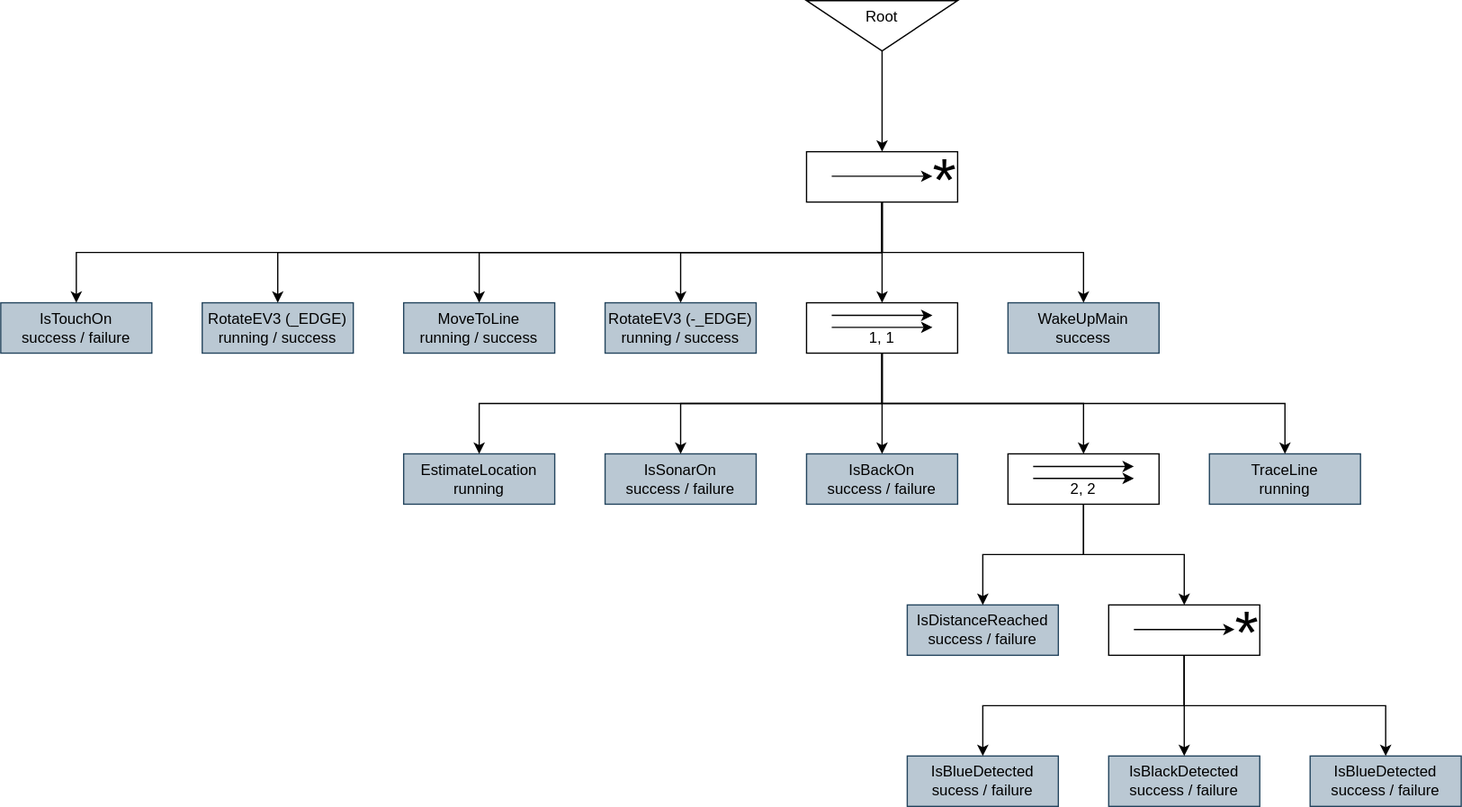
The draw.io diagram 2021base/behavior_tree.drawio.svg in ymnkmstk/roboyama, before a commit. Source tidied: cells renumbered, new cells last; positions are measured from the earlier drawing's top-left corner, leaving out a move shared by most shapes.
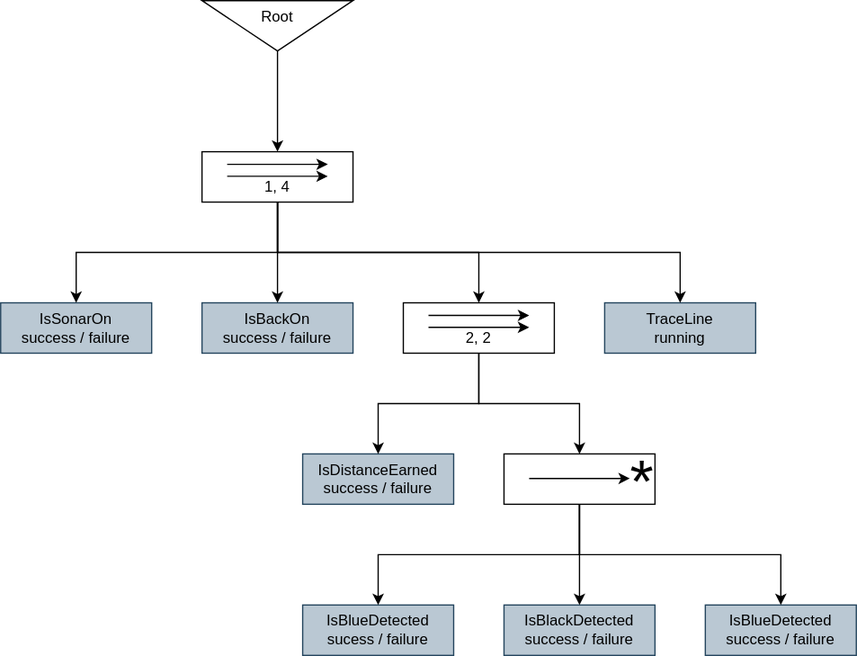
Later version of the same file.

The edit, as a diff of the source:
```diff
@@ -2,19 +2,13 @@
   <root>
     <mxCell id="0" />
     <mxCell id="1" parent="0" />
-    <mxCell id="2" style="edgeStyle=orthogonalEdgeStyle;rounded=0;jettySize=auto;html=1;exitX=1;exitY=0.5;exitDx=0;exitDy=0;entryX=0.5;entryY=0;entryDx=0;entryDy=0;" parent="1" edge="1" source="3" target="10">
-      <mxGeometry relative="1" as="geometry" />
-    </mxCell>
     <mxCell id="3" value="Root&lt;br&gt;&lt;br&gt;" style="triangle;whiteSpace=wrap;html=1;direction=south;" parent="1" vertex="1">
-      <mxGeometry x="640" width="120" height="40" as="geometry" />
+      <mxGeometry x="640" y="120" width="120" height="40" as="geometry" />
     </mxCell>
-    <mxCell id="4" value="IsTouchOn&lt;br&gt;success / failure" style="rounded=0;whiteSpace=wrap;html=1;fillColor=#bac8d3;strokeColor=#23445d;" parent="1" vertex="1">
-      <mxGeometry y="240" width="120" height="40" as="geometry" />
-    </mxCell>
     <mxCell id="5" style="group;" parent="1" vertex="1">
       <mxGeometry x="640" y="240" width="120" height="40" as="geometry" />
     </mxCell>
-    <mxCell id="6" value="&lt;br&gt;1, 1" style="rounded=0;whiteSpace=wrap;html=1;" parent="5" vertex="1">
+    <mxCell id="6" value="&lt;br&gt;1, 4" style="rounded=0;whiteSpace=wrap;html=1;" parent="5" vertex="1">
       <mxGeometry width="120" height="40" as="geometry" />
     </mxCell>
     <mxCell id="7" style="endArrow=classic;html=1;" parent="5" edge="1">
@@ -29,24 +23,6 @@
         <mxPoint x="100" y="19.5" as="targetPoint" />
       </mxGeometry>
     </mxCell>
-    <mxCell id="9" style="group;" parent="1" vertex="1">
-      <mxGeometry x="640" y="120" width="120" height="40" as="geometry" />
-    </mxCell>
-    <mxCell id="10" style="rounded=0;whiteSpace=wrap;html=1;" parent="9" vertex="1">
-      <mxGeometry width="120" height="40" as="geometry" />
-    </mxCell>
-    <mxCell id="11" style="endArrow=classic;html=1;" parent="9" edge="1">
-      <mxGeometry as="geometry">
-        <mxPoint x="20" y="19.5" as="sourcePoint" />
-        <mxPoint x="100" y="19.5" as="targetPoint" />
-      </mxGeometry>
-    </mxCell>
-    <mxCell id="12" value="&lt;font style=&quot;font-size: 48px&quot;&gt;*&lt;/font&gt;" style="text;html=1;strokeColor=none;fillColor=none;align=center;verticalAlign=middle;whiteSpace=wrap;rounded=0;" parent="9" vertex="1">
-      <mxGeometry x="100" y="12" width="20" height="20" as="geometry" />
-    </mxCell>
-    <mxCell id="13" value="WakeUpMain&lt;br&gt;success" style="rounded=0;whiteSpace=wrap;html=1;fillColor=#bac8d3;strokeColor=#23445d;" parent="1" vertex="1">
-      <mxGeometry x="800" y="240" width="120" height="40" as="geometry" />
-    </mxCell>
     <mxCell id="14" style="group;" parent="1" vertex="1">
       <mxGeometry x="880" y="480" width="120" height="40" as="geometry" />
     </mxCell>
@@ -62,9 +38,6 @@
     <mxCell id="17" value="&lt;font style=&quot;font-size: 48px&quot;&gt;*&lt;/font&gt;" style="text;html=1;strokeColor=none;fillColor=none;align=center;verticalAlign=middle;whiteSpace=wrap;rounded=0;" parent="14" vertex="1">
       <mxGeometry x="100" y="12" width="20" height="20" as="geometry" />
     </mxCell>
-    <mxCell id="18" value="EstimateLocation&lt;br&gt;running" style="rounded=0;whiteSpace=wrap;html=1;fillColor=#bac8d3;strokeColor=#23445d;" parent="1" vertex="1">
-      <mxGeometry x="320" y="360" width="120" height="40" as="geometry" />
-    </mxCell>
     <mxCell id="19" value="IsSonarOn&lt;br&gt;success / failure" style="rounded=0;whiteSpace=wrap;html=1;fillColor=#bac8d3;strokeColor=#23445d;" parent="1" vertex="1">
       <mxGeometry x="480" y="360" width="120" height="40" as="geometry" />
     </mxCell>
@@ -92,7 +65,7 @@
     <mxCell id="25" value="TraceLine&lt;br&gt;running" style="rounded=0;whiteSpace=wrap;html=1;fillColor=#bac8d3;strokeColor=#23445d;" parent="1" vertex="1">
       <mxGeometry x="960" y="360" width="120" height="40" as="geometry" />
     </mxCell>
-    <mxCell id="26" value="IsDistanceReached&lt;br&gt;success / failure" style="rounded=0;whiteSpace=wrap;html=1;fillColor=#bac8d3;strokeColor=#23445d;" parent="1" vertex="1">
+    <mxCell id="26" value="IsDistanceEarned&lt;br&gt;success / failure" style="rounded=0;whiteSpace=wrap;html=1;fillColor=#bac8d3;strokeColor=#23445d;" parent="1" vertex="1">
       <mxGeometry x="720" y="480" width="120" height="40" as="geometry" />
     </mxCell>
     <mxCell id="27" value="IsBlackDetected&lt;br&gt;success / failure" style="rounded=0;whiteSpace=wrap;html=1;fillColor=#bac8d3;strokeColor=#23445d;" parent="1" vertex="1">
@@ -104,23 +77,11 @@
     <mxCell id="29" value="IsBlueDetected&lt;br&gt;success / failure" style="rounded=0;whiteSpace=wrap;html=1;fillColor=#bac8d3;strokeColor=#23445d;" parent="1" vertex="1">
       <mxGeometry x="1040" y="600" width="120" height="40" as="geometry" />
     </mxCell>
-    <mxCell id="30" style="edgeStyle=orthogonalEdgeStyle;rounded=0;jettySize=auto;html=1;exitX=0.5;exitY=1;exitDx=0;exitDy=0;entryX=0.5;entryY=0;entryDx=0;entryDy=0;" parent="1" edge="1" source="10" target="4">
-      <mxGeometry relative="1" as="geometry">
-        <Array as="points">
-          <mxPoint x="700" y="200" />
-          <mxPoint x="60" y="200" />
-        </Array>
-      </mxGeometry>
-    </mxCell>
-    <mxCell id="31" style="edgeStyle=orthogonalEdgeStyle;rounded=0;jettySize=auto;html=1;exitX=0.5;exitY=1;exitDx=0;exitDy=0;" parent="1" edge="1" source="10" target="13">
-      <mxGeometry relative="1" as="geometry" />
-    </mxCell>
-    <mxCell id="32" style="edgeStyle=orthogonalEdgeStyle;rounded=0;jettySize=auto;html=1;exitX=0.5;exitY=1;exitDx=0;exitDy=0;entryX=0.5;entryY=0;entryDx=0;entryDy=0;" parent="1" edge="1" source="10" target="6">
-      <mxGeometry relative="1" as="geometry" />
+    <mxCell id="32" style="edgeStyle=orthogonalEdgeStyle;rounded=0;jettySize=auto;html=1;exitX=0.5;exitY=1;exitDx=0;exitDy=0;entryX=0.5;entryY=0;entryDx=0;entryDy=0;" parent="1" edge="1" target="6">
+      <mxGeometry relative="1" as="geometry">
+        <mxPoint x="700" y="160" as="sourcePoint" />
+      </mxGeometry>
     </mxCell>
-    <mxCell id="33" style="edgeStyle=orthogonalEdgeStyle;rounded=0;jettySize=auto;html=1;entryX=0.5;entryY=0;entryDx=0;entryDy=0;exitX=0.5;exitY=1;exitDx=0;exitDy=0;" parent="1" edge="1" source="6" target="18">
-      <mxGeometry relative="1" as="geometry" />
-    </mxCell>
     <mxCell id="34" style="edgeStyle=orthogonalEdgeStyle;rounded=0;jettySize=auto;html=1;exitX=0.5;exitY=1;exitDx=0;exitDy=0;" parent="1" edge="1" source="6" target="19">
       <mxGeometry relative="1" as="geometry" />
     </mxCell>
@@ -148,33 +109,5 @@
     <mxCell id="42" style="edgeStyle=orthogonalEdgeStyle;rounded=0;jettySize=auto;html=1;exitX=0.5;exitY=1;exitDx=0;exitDy=0;entryX=0.5;entryY=0;entryDx=0;entryDy=0;" parent="1" edge="1" source="15" target="27">
       <mxGeometry relative="1" as="geometry" />
     </mxCell>
-    <mxCell id="43" value="RotateEV3 (_EDGE)&lt;br&gt;running / success" style="rounded=0;whiteSpace=wrap;html=1;fillColor=#bac8d3;strokeColor=#23445d;" parent="1" vertex="1">
-      <mxGeometry x="160" y="240" width="120" height="40" as="geometry" />
-    </mxCell>
-    <mxCell id="44" value="RotateEV3 (-_EDGE)&lt;br&gt;running / success" style="rounded=0;whiteSpace=wrap;html=1;fillColor=#bac8d3;strokeColor=#23445d;" parent="1" vertex="1">
-      <mxGeometry x="480" y="240" width="120" height="40" as="geometry" />
-    </mxCell>
-    <mxCell id="45" value="MoveToLine&lt;br&gt;running / success" style="rounded=0;whiteSpace=wrap;html=1;fillColor=#bac8d3;strokeColor=#23445d;" parent="1" vertex="1">
-      <mxGeometry x="320" y="240" width="120" height="40" as="geometry" />
-    </mxCell>
-    <mxCell id="46" style="edgeStyle=orthogonalEdgeStyle;rounded=0;jettySize=auto;html=1;exitX=0.5;exitY=1;exitDx=0;exitDy=0;entryX=0.5;entryY=0;entryDx=0;entryDy=0;" parent="1" edge="1" source="10" target="43">
-      <mxGeometry relative="1" as="geometry">
-        <Array as="points">
-          <mxPoint x="700" y="200" />
-          <mxPoint x="220" y="200" />
-        </Array>
-      </mxGeometry>
-    </mxCell>
-    <mxCell id="47" style="edgeStyle=orthogonalEdgeStyle;rounded=0;jettySize=auto;html=1;entryX=0.5;entryY=0;entryDx=0;entryDy=0;exitX=0.5;exitY=1;exitDx=0;exitDy=0;" parent="1" edge="1" source="10" target="45">
-      <mxGeometry relative="1" as="geometry">
-        <Array as="points">
-          <mxPoint x="700" y="200" />
-          <mxPoint x="380" y="200" />
-        </Array>
-      </mxGeometry>
-    </mxCell>
-    <mxCell id="48" style="edgeStyle=orthogonalEdgeStyle;rounded=0;jettySize=auto;html=1;exitX=0.5;exitY=1;exitDx=0;exitDy=0;entryX=0.5;entryY=0;entryDx=0;entryDy=0;" parent="1" edge="1" source="10" target="44">
-      <mxGeometry relative="1" as="geometry" />
-    </mxCell>
   </root>
 </mxGraphModel>
```
